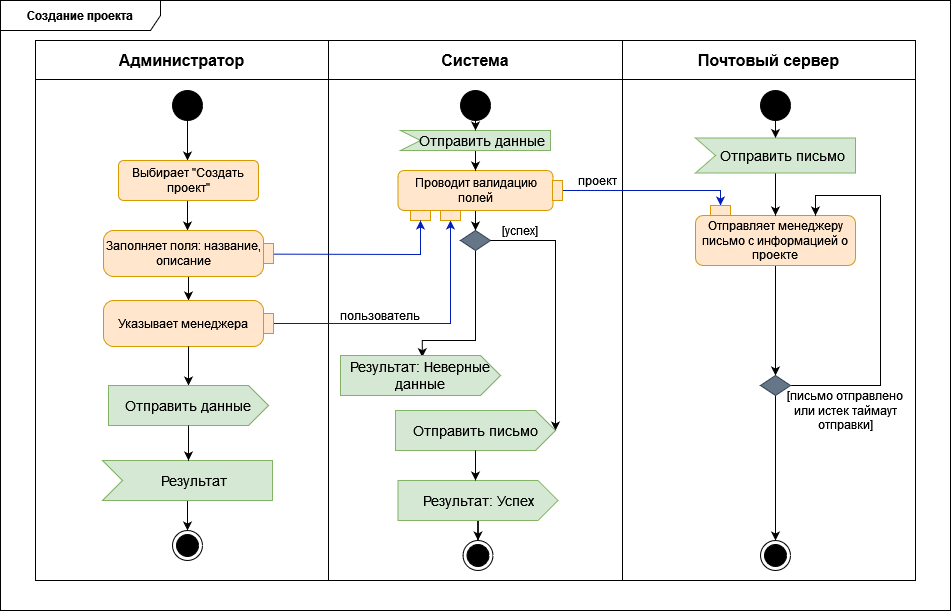
This is docs/activity_diagrams/create_project.png from aVorotnikov/thunder_board, a draw.io export, as it was before one commit. Source tidied: cells renumbered, new cells last; positions are measured from the earlier drawing's top-left corner, leaving out a move shared by most shapes.
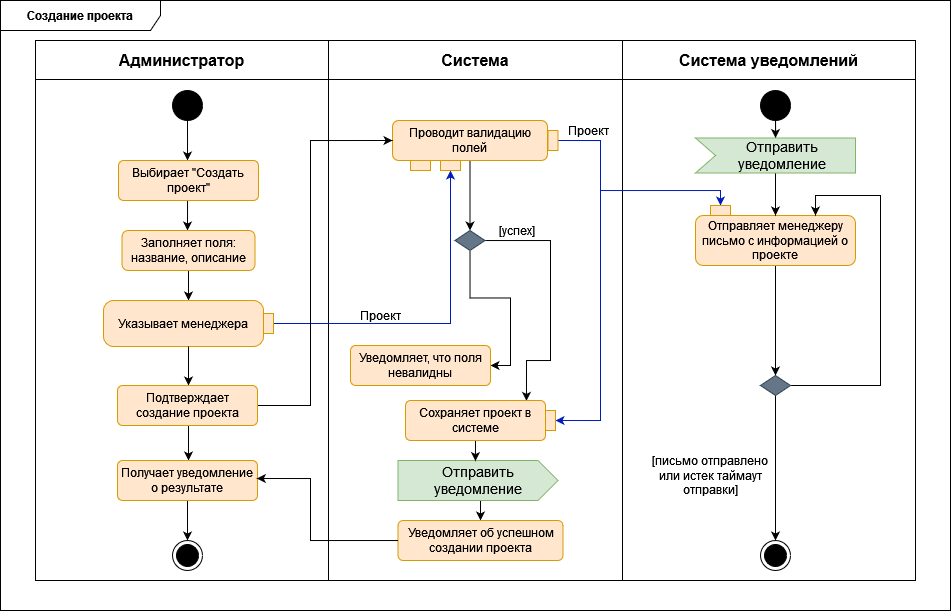
The same file after the commit.

Commit message:
Исправление сценариев создания пользователя и проекта

Diff of the diagram source:
```diff
@@ -17,7 +17,7 @@
     <mxCell id="6" value="&lt;b&gt;Система&lt;/b&gt;" style="shape=partialRectangle;html=1;whiteSpace=wrap;strokeColor=inherit;overflow=hidden;fillColor=none;top=0;left=0;bottom=0;right=0;fontSize=16;" parent="4" vertex="1">
       <mxGeometry x="293" width="294" height="39" as="geometry" />
     </mxCell>
-    <mxCell id="7" value="&lt;b&gt;Почтовый сервер&lt;br&gt;&lt;/b&gt;" style="shape=partialRectangle;html=1;whiteSpace=wrap;strokeColor=inherit;overflow=hidden;fillColor=none;top=0;left=0;bottom=0;right=0;fontSize=16;" parent="4" vertex="1">
+    <mxCell id="7" value="&lt;b&gt;Система уведомлений&lt;br&gt;&lt;/b&gt;" style="shape=partialRectangle;html=1;whiteSpace=wrap;strokeColor=inherit;overflow=hidden;fillColor=none;top=0;left=0;bottom=0;right=0;fontSize=16;" parent="4" vertex="1">
       <mxGeometry x="587" width="293" height="39" as="geometry" />
     </mxCell>
     <mxCell id="8" style="shape=tableRow;horizontal=0;startSize=0;swimlaneHead=0;swimlaneBody=0;strokeColor=inherit;top=0;left=0;bottom=0;right=0;fillColor=none;fontSize=16;" parent="3" vertex="1">
@@ -41,7 +41,7 @@
       <mxGeometry x="172" y="90" width="30" height="30" as="geometry" />
     </mxCell>
     <mxCell id="14" style="ellipse;html=1;shape=endState;fillColor=strokeColor;" parent="2" vertex="1">
-      <mxGeometry x="172" y="530" width="30" height="30" as="geometry" />
+      <mxGeometry x="172" y="540" width="30" height="30" as="geometry" />
     </mxCell>
     <mxCell id="15" style="edgeStyle=orthogonalEdgeStyle;rounded=0;jettySize=auto;html=1;" parent="2" edge="1" source="38">
       <mxGeometry relative="1" as="geometry">
@@ -52,45 +52,41 @@
         </Array>
       </mxGeometry>
     </mxCell>
-    <mxCell id="16" style="edgeStyle=orthogonalEdgeStyle;rounded=0;jettySize=auto;html=1;" parent="2" edge="1" source="17" target="34">
+    <mxCell id="16" style="edgeStyle=orthogonalEdgeStyle;rounded=0;jettySize=auto;html=1;exitX=0.5;exitY=1;exitDx=0;exitDy=0;" parent="2" edge="1" source="17" target="34">
       <mxGeometry relative="1" as="geometry" />
     </mxCell>
-    <mxCell id="17" value="Заполняет поля: название, описание" style="shape=mxgraph.uml25.action;html=1;align=center;verticalAlign=middle;absoluteArcSize=1;arcSize=10;dashed=0;spacingRight=10;whiteSpace=wrap;fillColor=#ffe6cc;strokeColor=#d79b00;" parent="2" vertex="1">
-      <mxGeometry x="103" y="230" width="170" height="46" as="geometry" />
-    </mxCell>
     <mxCell id="18" style="edgeStyle=orthogonalEdgeStyle;rounded=0;jettySize=auto;html=1;entryX=0.5;entryY=0;entryDx=0;entryDy=0;" parent="2" edge="1" source="20" target="24">
       <mxGeometry relative="1" as="geometry" />
     </mxCell>
     <mxCell id="19" style="edgeStyle=orthogonalEdgeStyle;rounded=0;jettySize=auto;html=1;entryX=0.5;entryY=1;entryDx=0;entryDy=0;fillColor=#0050ef;strokeColor=#001DBC;exitX=0.5;exitY=0;exitDx=0;exitDy=0;" parent="2" edge="1" source="56" target="57">
       <mxGeometry relative="1" as="geometry">
         <Array as="points">
+          <mxPoint x="600" y="140" />
+          <mxPoint x="600" y="190" />
           <mxPoint x="720" y="190" />
         </Array>
       </mxGeometry>
     </mxCell>
     <mxCell id="20" value="Проводит валидацию полей " style="rounded=1;whiteSpace=wrap;html=1;fillColor=#ffe6cc;strokeColor=#d79b00;" parent="2" vertex="1">
-      <mxGeometry x="397.5" y="170" width="155" height="40" as="geometry" />
+      <mxGeometry x="392" y="120" width="155" height="40" as="geometry" />
     </mxCell>
     <mxCell id="21" style="rounded=0;whiteSpace=wrap;html=1;fillColor=#ffe6cc;strokeColor=#d79b00;" parent="2" vertex="1">
-      <mxGeometry x="410" y="210" width="20" height="10" as="geometry" />
+      <mxGeometry x="410" y="160" width="20" height="10" as="geometry" />
     </mxCell>
-    <mxCell id="22" style="endArrow=classic;html=1;rounded=0;entryX=0.5;entryY=1;entryDx=0;entryDy=0;exitX=1;exitY=0.514;exitDx=0;exitDy=0;exitPerimeter=0;fillColor=#0050ef;strokeColor=#001DBC;" parent="2" edge="1" source="17" target="21">
-      <mxGeometry relative="1" as="geometry">
-        <Array as="points">
-          <mxPoint x="420" y="254" />
-        </Array>
-      </mxGeometry>
-    </mxCell>
-    <mxCell id="23" style="edgeStyle=orthogonalEdgeStyle;rounded=0;jettySize=auto;html=1;entryX=0.511;entryY=0.042;entryDx=0;entryDy=0;entryPerimeter=0;" parent="2" edge="1" source="24" target="44">
-      <mxGeometry relative="1" as="geometry">
-        <Array as="points">
-          <mxPoint x="475" y="340" />
-          <mxPoint x="422" y="340" />
-        </Array>
-      </mxGeometry>
-    </mxCell>
+    <mxCell id="61" style="edgeStyle=orthogonalEdgeStyle;rounded=0;jettySize=auto;html=1;entryX=1;entryY=0.5;entryDx=0;entryDy=0;" parent="2" edge="1" source="24" target="68">
+      <mxGeometry relative="1" as="geometry" />
+    </mxCell>
+    <mxCell id="62" style="edgeStyle=orthogonalEdgeStyle;rounded=0;jettySize=auto;html=1;entryX=0.864;entryY=0.01;entryDx=0;entryDy=0;entryPerimeter=0;" parent="2" edge="1" source="24" target="69">
+      <mxGeometry relative="1" as="geometry">
+        <Array as="points">
+          <mxPoint x="550" y="240" />
+          <mxPoint x="550" y="360" />
+          <mxPoint x="526" y="360" />
+        </Array>
+      </mxGeometry>
+    </mxCell>
     <mxCell id="24" style="rhombus;whiteSpace=wrap;html=1;fillColor=#647687;fontColor=#ffffff;strokeColor=#314354;" parent="2" vertex="1">
-      <mxGeometry x="460" y="230" width="30" height="20" as="geometry" />
+      <mxGeometry x="454.5" y="230" width="30" height="20" as="geometry" />
     </mxCell>
     <mxCell id="25" style="edgeStyle=orthogonalEdgeStyle;rounded=0;jettySize=auto;html=1;" parent="2" edge="1" source="26" target="31">
       <mxGeometry relative="1" as="geometry" />
@@ -98,15 +94,8 @@
     <mxCell id="26" value="Отправляет менеджеру письмо с информацией о проекте" style="rounded=1;whiteSpace=wrap;html=1;fillColor=#ffe6cc;strokeColor=#d79b00;" parent="2" vertex="1">
       <mxGeometry x="695" y="215" width="160" height="50" as="geometry" />
     </mxCell>
-    <mxCell id="27" style="endArrow=classic;html=1;rounded=0;exitX=1;exitY=0.5;exitDx=0;exitDy=0;entryX=1;entryY=0.5;entryDx=0;entryDy=0;entryPerimeter=0;" parent="2" edge="1" source="24" target="45">
-      <mxGeometry relative="1" as="geometry">
-        <Array as="points">
-          <mxPoint x="555" y="240" />
-        </Array>
-      </mxGeometry>
-    </mxCell>
     <mxCell id="28" value="[успех]" style="text;html=1;strokeColor=none;fillColor=none;align=center;verticalAlign=middle;whiteSpace=wrap;rounded=0;" parent="2" vertex="1">
-      <mxGeometry x="490" y="215" width="60" height="30" as="geometry" />
+      <mxGeometry x="487" y="215" width="60" height="30" as="geometry" />
     </mxCell>
     <mxCell id="29" style="edgeStyle=orthogonalEdgeStyle;rounded=0;jettySize=auto;html=1;entryX=0.75;entryY=0;entryDx=0;entryDy=0;" parent="2" edge="1" source="31" target="26">
       <mxGeometry relative="1" as="geometry">
@@ -124,7 +113,7 @@
       <mxGeometry x="760" y="375" width="30" height="20" as="geometry" />
     </mxCell>
     <mxCell id="32" value="[письмо отправлено или истек таймаут отправки]" style="text;html=1;strokeColor=none;fillColor=none;align=center;verticalAlign=middle;whiteSpace=wrap;rounded=0;" parent="2" vertex="1">
-      <mxGeometry x="775" y="395" width="140" height="30" as="geometry" />
+      <mxGeometry x="640" y="460" width="140" height="30" as="geometry" />
     </mxCell>
     <mxCell id="33" style="edgeStyle=orthogonalEdgeStyle;rounded=0;jettySize=auto;html=1;entryX=0.5;entryY=1;entryDx=0;entryDy=0;fillColor=#0050ef;strokeColor=#001DBC;" parent="2" edge="1" source="34" target="35">
       <mxGeometry relative="1" as="geometry" />
@@ -133,56 +122,44 @@
       <mxGeometry x="103" y="300" width="170" height="46" as="geometry" />
     </mxCell>
     <mxCell id="35" style="rounded=0;whiteSpace=wrap;html=1;fillColor=#ffe6cc;strokeColor=#d79b00;" parent="2" vertex="1">
-      <mxGeometry x="440" y="210" width="20" height="10" as="geometry" />
+      <mxGeometry x="440" y="160" width="20" height="10" as="geometry" />
     </mxCell>
-    <mxCell id="36" value="&lt;div&gt;пользователь&lt;/div&gt;" style="text;html=1;strokeColor=none;fillColor=none;align=center;verticalAlign=middle;whiteSpace=wrap;rounded=0;" parent="2" vertex="1">
+    <mxCell id="36" value="Проект" style="text;html=1;strokeColor=none;fillColor=none;align=center;verticalAlign=middle;whiteSpace=wrap;rounded=0;" parent="2" vertex="1">
       <mxGeometry x="350" y="300" width="60" height="30" as="geometry" />
     </mxCell>
-    <mxCell id="37" value="проект" style="text;html=1;strokeColor=none;fillColor=none;align=center;verticalAlign=middle;whiteSpace=wrap;rounded=0;" parent="2" vertex="1">
-      <mxGeometry x="567" y="165" width="60" height="30" as="geometry" />
+    <mxCell id="37" value="Проект" style="text;html=1;strokeColor=none;fillColor=none;align=center;verticalAlign=middle;whiteSpace=wrap;rounded=0;" parent="2" vertex="1">
+      <mxGeometry x="557.5" y="115" width="60" height="30" as="geometry" />
     </mxCell>
     <mxCell id="38" value="Выбирает &quot;Создать проект&quot;" style="html=1;align=center;verticalAlign=middle;rounded=1;absoluteArcSize=1;arcSize=10;dashed=0;whiteSpace=wrap;fillColor=#ffe6cc;strokeColor=#d79b00;" parent="2" vertex="1">
       <mxGeometry x="118" y="160" width="140" height="40" as="geometry" />
     </mxCell>
-    <mxCell id="39" style="edgeStyle=orthogonalEdgeStyle;rounded=0;jettySize=auto;html=1;" parent="2" edge="1" source="34" target="40">
-      <mxGeometry relative="1" as="geometry" />
+    <mxCell id="39" style="edgeStyle=orthogonalEdgeStyle;rounded=0;jettySize=auto;html=1;" parent="2" edge="1" source="34">
+      <mxGeometry relative="1" as="geometry">
+        <mxPoint x="188" y="385" as="targetPoint" />
+      </mxGeometry>
     </mxCell>
-    <mxCell id="40" value="Отправить данные" style="html=1;shape=mxgraph.infographic.ribbonSimple;notch1=0;notch2=20;align=center;verticalAlign=middle;fontSize=14;fontStyle=0;fillColor=#d5e8d4;whiteSpace=wrap;strokeColor=#82b366;" parent="2" vertex="1">
-      <mxGeometry x="108" y="385" width="160" height="40" as="geometry" />
-    </mxCell>
-    <mxCell id="41" style="edgeStyle=orthogonalEdgeStyle;rounded=0;jettySize=auto;html=1;exitX=0;exitY=0;exitDx=85;exitDy=40;exitPerimeter=0;entryX=0.5;entryY=0;entryDx=0;entryDy=0;" parent="2" edge="1" source="42" target="14">
+    <mxCell id="41" style="edgeStyle=orthogonalEdgeStyle;rounded=0;jettySize=auto;html=1;entryX=0.5;entryY=0;entryDx=0;entryDy=0;" parent="2" edge="1" source="67" target="14">
       <mxGeometry relative="1" as="geometry" />
     </mxCell>
-    <mxCell id="42" value="Результат" style="html=1;shape=mxgraph.infographic.ribbonSimple;notch1=20;notch2=0;align=center;verticalAlign=middle;fontSize=14;fontStyle=0;fillColor=#d5e8d4;flipH=0;spacingRight=0;spacingLeft=14;whiteSpace=wrap;strokeColor=#82b366;" parent="2" vertex="1">
-      <mxGeometry x="102" y="460" width="170" height="40" as="geometry" />
-    </mxCell>
-    <mxCell id="43" style="ellipse;fillColor=strokeColor;html=1;" parent="2" vertex="1">
-      <mxGeometry x="460" y="90" width="30" height="30" as="geometry" />
-    </mxCell>
-    <mxCell id="44" value="Результат: Неверные данные" style="html=1;shape=mxgraph.infographic.ribbonSimple;notch1=0;notch2=20;align=center;verticalAlign=middle;fontSize=14;fontStyle=0;fillColor=#d5e8d4;whiteSpace=wrap;strokeColor=#82b366;" parent="2" vertex="1">
-      <mxGeometry x="340" y="355" width="160" height="40" as="geometry" />
-    </mxCell>
-    <mxCell id="45" value="Отправить письмо" style="html=1;shape=mxgraph.infographic.ribbonSimple;notch1=0;notch2=20;align=center;verticalAlign=middle;fontSize=14;fontStyle=0;fillColor=#d5e8d4;whiteSpace=wrap;strokeColor=#82b366;" parent="2" vertex="1">
-      <mxGeometry x="395" y="410" width="160" height="40" as="geometry" />
-    </mxCell>
-    <mxCell id="46" style="edgeStyle=orthogonalEdgeStyle;rounded=0;jettySize=auto;html=1;entryX=0.5;entryY=0;entryDx=0;entryDy=0;" parent="2" edge="1" source="47" target="49">
-      <mxGeometry relative="1" as="geometry" />
-    </mxCell>
+    <mxCell id="63" style="edgeStyle=orthogonalEdgeStyle;rounded=0;jettySize=auto;html=1;entryX=0.5;entryY=0;entryDx=0;entryDy=0;" parent="2" edge="1" source="47" target="70">
+      <mxGeometry relative="1" as="geometry">
+        <Array as="points">
+          <mxPoint x="480" y="510" />
+          <mxPoint x="480" y="510" />
+        </Array>
+      </mxGeometry>
+    </mxCell>
-    <mxCell id="47" value="Результат: Успех" style="html=1;shape=mxgraph.infographic.ribbonSimple;notch1=0;notch2=20;align=center;verticalAlign=middle;fontSize=14;fontStyle=0;fillColor=#d5e8d4;whiteSpace=wrap;strokeColor=#82b366;" parent="2" vertex="1">
-      <mxGeometry x="397.5" y="480" width="160" height="40" as="geometry" />
+    <mxCell id="47" value="Отправить уведомление" style="html=1;shape=mxgraph.infographic.ribbonSimple;notch1=0;notch2=20;align=center;verticalAlign=middle;fontSize=14;fontStyle=0;fillColor=#d5e8d4;whiteSpace=wrap;strokeColor=#82b366;" parent="2" vertex="1">
+      <mxGeometry x="397.5" y="460" width="160" height="40" as="geometry" />
     </mxCell>
-    <mxCell id="48" style="edgeStyle=orthogonalEdgeStyle;rounded=0;jettySize=auto;html=1;" parent="2" edge="1" source="40">
+    <mxCell id="48" style="edgeStyle=orthogonalEdgeStyle;rounded=0;orthogonalLoop=1;jettySize=auto;html=1;" parent="2" edge="1">
       <mxGeometry relative="1" as="geometry">
+        <mxPoint x="188" y="425" as="sourcePoint" />
         <mxPoint x="188" y="460" as="targetPoint" />
       </mxGeometry>
     </mxCell>
-    <mxCell id="49" style="ellipse;html=1;shape=endState;fillColor=strokeColor;" parent="2" vertex="1">
-      <mxGeometry x="462.5" y="540" width="30" height="30" as="geometry" />
-    </mxCell>
-    <mxCell id="50" style="edgeStyle=orthogonalEdgeStyle;rounded=0;jettySize=auto;html=1;" parent="2" edge="1" source="45">
-      <mxGeometry relative="1" as="geometry">
-        <mxPoint x="475" y="480" as="targetPoint" />
-      </mxGeometry>
+    <mxCell id="50" style="edgeStyle=orthogonalEdgeStyle;rounded=0;jettySize=auto;html=1;exitX=0.5;exitY=1;exitDx=0;exitDy=0;entryX=0.484;entryY=0.015;entryDx=0;entryDy=0;entryPerimeter=0;" parent="2" edge="1" source="69" target="47">
+      <mxGeometry relative="1" as="geometry" />
     </mxCell>
     <mxCell id="51" style="edgeStyle=orthogonalEdgeStyle;rounded=0;jettySize=auto;html=1;" parent="2" edge="1" source="52" target="59">
       <mxGeometry relative="1" as="geometry" />
@@ -190,17 +167,16 @@
     <mxCell id="52" style="ellipse;fillColor=strokeColor;html=1;" parent="2" vertex="1">
       <mxGeometry x="760" y="90" width="30" height="30" as="geometry" />
     </mxCell>
-    <mxCell id="53" style="edgeStyle=orthogonalEdgeStyle;rounded=0;jettySize=auto;html=1;entryX=0.5;entryY=0;entryDx=0;entryDy=0;" parent="2" edge="1" source="54" target="20">
-      <mxGeometry relative="1" as="geometry" />
-    </mxCell>
-    <mxCell id="54" value="Отправить данные" style="html=1;shape=mxgraph.infographic.ribbonSimple;notch1=20;notch2=0;align=center;verticalAlign=middle;fontSize=14;fontStyle=0;fillColor=#d5e8d4;flipH=0;spacingRight=0;spacingLeft=14;whiteSpace=wrap;strokeColor=#82b366;" parent="2" vertex="1">
-      <mxGeometry x="400" y="130" width="150" height="20" as="geometry" />
-    </mxCell>
-    <mxCell id="55" style="endArrow=classic;html=1;rounded=0;exitX=0.5;exitY=1;exitDx=0;exitDy=0;entryX=0;entryY=0;entryDx=75;entryDy=0;entryPerimeter=0;" parent="2" edge="1" source="43" target="54">
-      <mxGeometry relative="1" as="geometry" />
-    </mxCell>
+    <mxCell id="64" style="edgeStyle=orthogonalEdgeStyle;rounded=0;jettySize=auto;html=1;entryX=0.5;entryY=0;entryDx=0;entryDy=0;fillColor=#0050ef;strokeColor=#001DBC;" parent="2" edge="1" source="56" target="72">
+      <mxGeometry relative="1" as="geometry">
+        <Array as="points">
+          <mxPoint x="600" y="140" />
+          <mxPoint x="600" y="420" />
+        </Array>
+      </mxGeometry>
+    </mxCell>
     <mxCell id="56" style="rounded=0;whiteSpace=wrap;html=1;fillColor=#ffe6cc;strokeColor=#d79b00;rotation=90;" parent="2" vertex="1">
-      <mxGeometry x="547" y="185" width="20" height="10" as="geometry" />
+      <mxGeometry x="542.5" y="135" width="20" height="10" as="geometry" />
     </mxCell>
     <mxCell id="57" style="rounded=0;whiteSpace=wrap;html=1;fillColor=#ffe6cc;strokeColor=#d79b00;rotation=-180;" parent="2" vertex="1">
       <mxGeometry x="710" y="205" width="20" height="10" as="geometry" />
@@ -208,11 +184,48 @@
     <mxCell id="58" style="edgeStyle=orthogonalEdgeStyle;rounded=0;jettySize=auto;html=1;" parent="2" edge="1" source="59" target="26">
       <mxGeometry relative="1" as="geometry" />
     </mxCell>
-    <mxCell id="59" value="Отправить письмо" style="html=1;shape=mxgraph.infographic.ribbonSimple;notch1=20;notch2=0;align=center;verticalAlign=middle;fontSize=14;fontStyle=0;fillColor=#d5e8d4;flipH=0;spacingRight=0;spacingLeft=14;whiteSpace=wrap;strokeColor=#82b366;" parent="2" vertex="1">
+    <mxCell id="59" value="Отправить уведомление" style="html=1;shape=mxgraph.infographic.ribbonSimple;notch1=20;notch2=0;align=center;verticalAlign=middle;fontSize=14;fontStyle=0;fillColor=#d5e8d4;flipH=0;spacingRight=0;spacingLeft=14;whiteSpace=wrap;strokeColor=#82b366;" parent="2" vertex="1">
       <mxGeometry x="695" y="137.5" width="160" height="35" as="geometry" />
     </mxCell>
     <mxCell id="60" style="ellipse;html=1;shape=endState;fillColor=strokeColor;" parent="2" vertex="1">
       <mxGeometry x="760" y="540" width="30" height="30" as="geometry" />
     </mxCell>
+    <mxCell id="65" style="edgeStyle=orthogonalEdgeStyle;rounded=0;jettySize=auto;html=1;entryX=0;entryY=0.5;entryDx=0;entryDy=0;" parent="2" edge="1" source="66" target="20">
+      <mxGeometry relative="1" as="geometry">
+        <Array as="points">
+          <mxPoint x="310" y="405" />
+          <mxPoint x="310" y="140" />
+        </Array>
+      </mxGeometry>
+    </mxCell>
+    <mxCell id="66" value="Подтверждает создание проекта" style="html=1;align=center;verticalAlign=middle;rounded=1;absoluteArcSize=1;arcSize=10;dashed=0;whiteSpace=wrap;fillColor=#ffe6cc;strokeColor=#d79b00;" parent="2" vertex="1">
+      <mxGeometry x="117" y="385" width="140" height="40" as="geometry" />
+    </mxCell>
+    <mxCell id="67" value="Получает уведомление о результате" style="html=1;align=center;verticalAlign=middle;rounded=1;absoluteArcSize=1;arcSize=10;dashed=0;whiteSpace=wrap;fillColor=#ffe6cc;strokeColor=#d79b00;" parent="2" vertex="1">
+      <mxGeometry x="117" y="460" width="140" height="40" as="geometry" />
+    </mxCell>
+    <mxCell id="68" value="Уведомляет, что поля невалидны" style="html=1;align=center;verticalAlign=middle;rounded=1;absoluteArcSize=1;arcSize=10;dashed=0;whiteSpace=wrap;fillColor=#ffe6cc;strokeColor=#d79b00;" parent="2" vertex="1">
+      <mxGeometry x="350" y="345" width="140" height="40" as="geometry" />
+    </mxCell>
+    <mxCell id="69" value="Сохраняет проект в системе" style="html=1;align=center;verticalAlign=middle;rounded=1;absoluteArcSize=1;arcSize=10;dashed=0;whiteSpace=wrap;fillColor=#ffe6cc;strokeColor=#d79b00;" parent="2" vertex="1">
+      <mxGeometry x="405" y="400" width="140" height="40" as="geometry" />
+    </mxCell>
+    <mxCell id="70" value="Уведомляет об успешном создании проекта" style="html=1;align=center;verticalAlign=middle;rounded=1;absoluteArcSize=1;arcSize=10;dashed=0;whiteSpace=wrap;fillColor=#ffe6cc;strokeColor=#d79b00;" parent="2" vertex="1">
+      <mxGeometry x="397.5" y="520" width="165" height="40" as="geometry" />
+    </mxCell>
+    <mxCell id="71" style="edgeStyle=orthogonalEdgeStyle;rounded=0;jettySize=auto;html=1;entryX=0.995;entryY=0.45;entryDx=0;entryDy=0;entryPerimeter=0;" parent="2" edge="1" source="70" target="67">
+      <mxGeometry relative="1" as="geometry">
+        <Array as="points">
+          <mxPoint x="310" y="540" />
+          <mxPoint x="310" y="478" />
+        </Array>
+      </mxGeometry>
+    </mxCell>
+    <mxCell id="72" style="rounded=0;whiteSpace=wrap;html=1;fillColor=#ffe6cc;strokeColor=#d79b00;rotation=90;" parent="2" vertex="1">
+      <mxGeometry x="540" y="415" width="20" height="10" as="geometry" />
+    </mxCell>
+    <mxCell id="17" value="Заполняет поля: название, описание" style="rounded=1;whiteSpace=wrap;html=1;fillColor=#ffe6cc;strokeColor=#d79b00;" parent="2" vertex="1">
+      <mxGeometry x="121.5" y="230" width="133" height="40" as="geometry" />
+    </mxCell>
   </root>
 </mxGraphModel>
```
